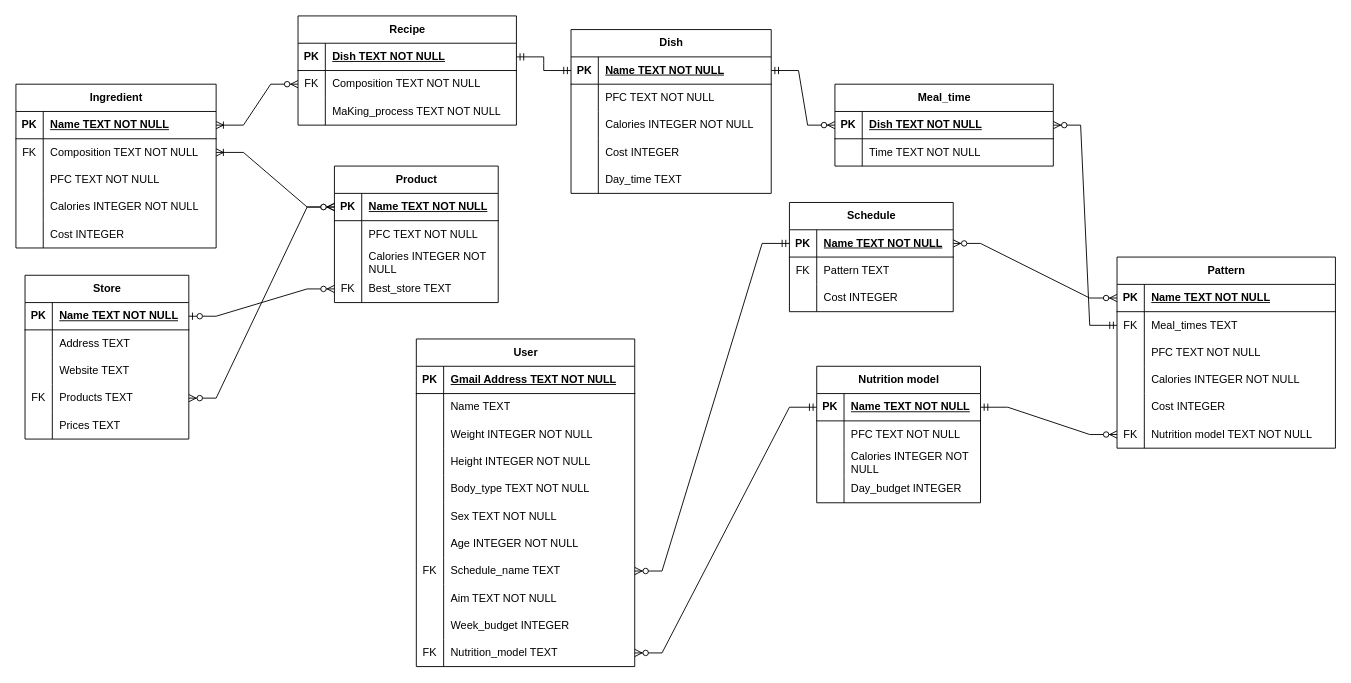
This is Проект/ER-модель.drawio from ShatunovEvgeniy/DBMS, a draw.io file, before an edit. Source tidied: cells renumbered, new cells numbered last; positions are measured from the earlier drawing's top-left corner, leaving out a move shared by most shapes. Both pictures are drawn from the tidied source at 91%, with x=0, y=0 at pixel (15, 11).
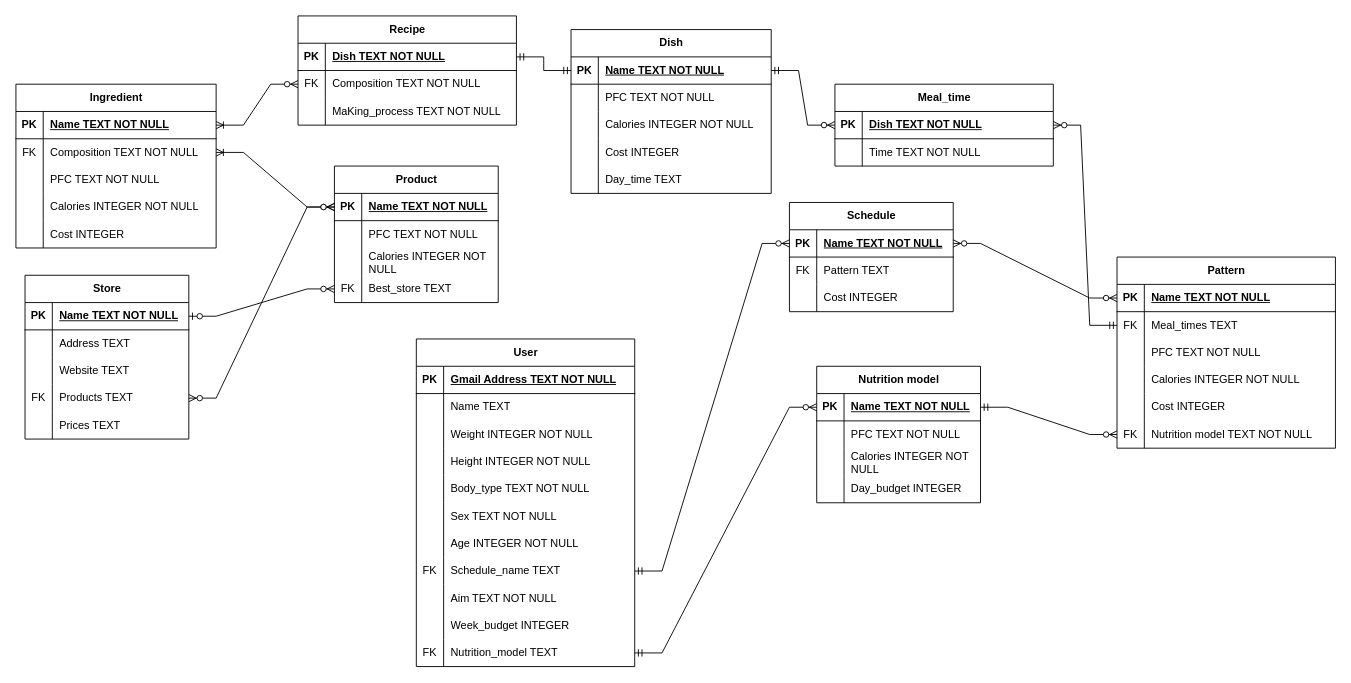
Above is the later version.

Unchanged cells that the change refers to:
```xml
<mxCell id="24" style="shape=tableRow;horizontal=0;startSize=0;swimlaneHead=0;swimlaneBody=0;fillColor=none;points=[[0,0.5],[1,0.5]];portConstraint=eastwest;top=0;left=0;right=0;bottom=0;" parent="2" vertex="1">
  <mxGeometry y="240" width="240" height="30" as="geometry" />
</mxCell>
<mxCell id="33" style="shape=tableRow;horizontal=0;startSize=0;swimlaneHead=0;swimlaneBody=0;fillColor=none;points=[[0,0.5],[1,0.5]];portConstraint=eastwest;top=0;left=0;right=0;bottom=0;" parent="2" vertex="1">
  <mxGeometry y="330" width="240" height="30" as="geometry" />
</mxCell>
<mxCell id="134" style="shape=tableRow;horizontal=0;startSize=0;swimlaneHead=0;swimlaneBody=0;fillColor=none;points=[[0,0.5],[1,0.5]];portConstraint=eastwest;top=0;left=0;right=0;bottom=1;" parent="133" vertex="1">
  <mxGeometry y="30" width="180" height="30" as="geometry" />
</mxCell>
<mxCell id="149" style="shape=tableRow;horizontal=0;startSize=0;swimlaneHead=0;swimlaneBody=0;fillColor=none;points=[[0,0.5],[1,0.5]];portConstraint=eastwest;top=0;left=0;right=0;bottom=1;" parent="148" vertex="1">
  <mxGeometry y="30" width="180" height="30" as="geometry" />
</mxCell>
```

Change to the diagram source:
```diff
@@
-    <mxCell id="163" style="edgeStyle=entityRelationEdgeStyle;fontSize=12;html=1;endArrow=ERzeroToMany;startArrow=ERmandOne;rounded=0;entryX=1;entryY=0.5;entryDx=0;entryDy=0;exitX=0;exitY=0.5;exitDx=0;exitDy=0;" parent="1" edge="1" source="149" target="33">
+    <mxCell id="163" style="edgeStyle=entityRelationEdgeStyle;fontSize=12;html=1;endArrow=ERzeroToMany;startArrow=ERmandOne;rounded=0;exitX=1;exitY=0.5;exitDx=0;exitDy=0;entryX=0;entryY=0.5;entryDx=0;entryDy=0;" parent="1" edge="1" source="33" target="149">
       <mxGeometry relative="1" as="geometry" />
     </mxCell>
@@
-    <mxCell id="166" style="edgeStyle=entityRelationEdgeStyle;fontSize=12;html=1;endArrow=ERzeroToMany;startArrow=ERmandOne;rounded=0;entryX=1;entryY=0.5;entryDx=0;entryDy=0;exitX=0;exitY=0.5;exitDx=0;exitDy=0;" parent="1" edge="1" source="134" target="24">
+    <mxCell id="166" style="edgeStyle=entityRelationEdgeStyle;fontSize=12;html=1;endArrow=ERzeroToMany;startArrow=ERmandOne;rounded=0;exitX=1;exitY=0.5;exitDx=0;exitDy=0;entryX=0;entryY=0.5;entryDx=0;entryDy=0;" parent="1" edge="1" source="24" target="134">
       <mxGeometry relative="1" as="geometry" />
     </mxCell>
```
